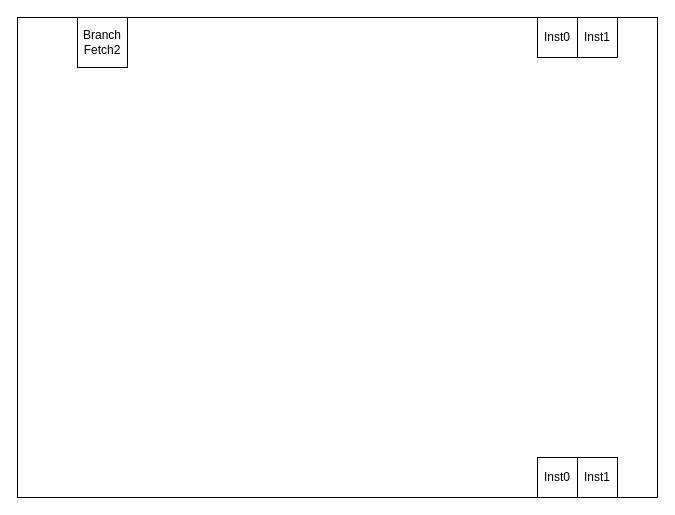
Above: Diagrammi/Fetch2.drawio in The90Frank/MinorArmAnalyzer (draw.io), before the change. Source tidied: cells renumbered, new cells numbered last; positions are measured from the earlier drawing's top-left corner, leaving out a move shared by most shapes. Both pictures are drawn from the tidied source at 100%, with x=0, y=0 at pixel (17, 17).
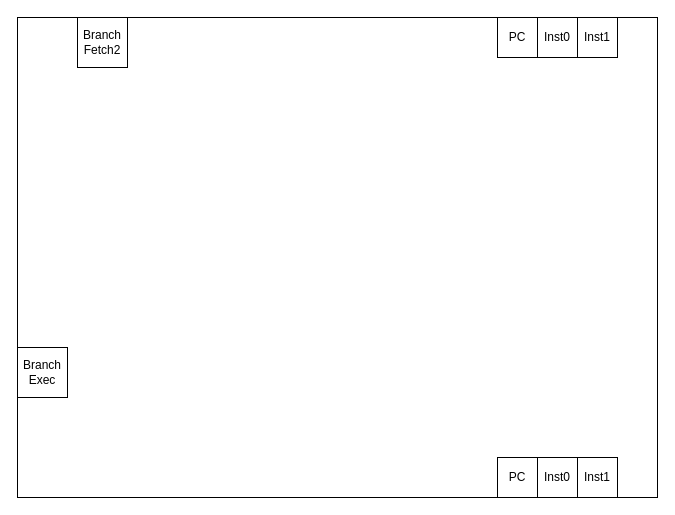
The same diagram, later.

Diff of the diagram source:
```diff
@@
 <mxGraphModel>
   <root>
     <mxCell id="0" />
     <mxCell id="1" parent="0" />
     <mxCell id="2" style="rounded=0;whiteSpace=wrap;html=1;" parent="1" vertex="1">
       <mxGeometry width="640" height="480" as="geometry" />
     </mxCell>
     <mxCell id="3" value="Inst1" style="whiteSpace=wrap;html=1;" parent="1" vertex="1">
       <mxGeometry x="560" width="40" height="40" as="geometry" />
     </mxCell>
     <mxCell id="4" value="Inst0" style="whiteSpace=wrap;html=1;" parent="1" vertex="1">
       <mxGeometry x="520" width="40" height="40" as="geometry" />
     </mxCell>
     <mxCell id="5" value="Branch&lt;br&gt;Fetch2" style="whiteSpace=wrap;html=1;" parent="1" vertex="1">
       <mxGeometry x="60" width="50" height="50" as="geometry" />
     </mxCell>
     <mxCell id="6" value="Inst1" style="whiteSpace=wrap;html=1;" parent="1" vertex="1">
       <mxGeometry x="560" y="440" width="40" height="40" as="geometry" />
     </mxCell>
     <mxCell id="7" value="Inst0" style="whiteSpace=wrap;html=1;" parent="1" vertex="1">
       <mxGeometry x="520" y="440" width="40" height="40" as="geometry" />
     </mxCell>
+    <mxCell id="8" value="PC" style="whiteSpace=wrap;html=1;" parent="1" vertex="1">
+      <mxGeometry x="480" width="40" height="40" as="geometry" />
+    </mxCell>
+    <mxCell id="9" value="PC" style="whiteSpace=wrap;html=1;" parent="1" vertex="1">
+      <mxGeometry x="480" y="440" width="40" height="40" as="geometry" />
+    </mxCell>
+    <mxCell id="10" value="Branch&lt;br&gt;Exec" style="whiteSpace=wrap;html=1;" parent="1" vertex="1">
+      <mxGeometry y="330" width="50" height="50" as="geometry" />
+    </mxCell>
   </root>
 </mxGraphModel>
```
